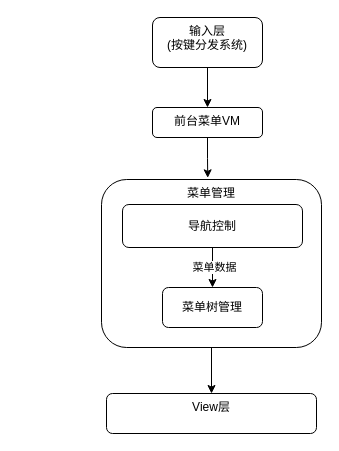
liyunhao2/technology keeps this draw.io diagram as page "新菜单" (16 of 16) of PDR.drawio. Above is the earlier version. Source tidied: cells renumbered, new cells numbered last; positions are measured from the earlier drawing's top-left corner, leaving out a move shared by most shapes. Both pictures are drawn from the tidied source at 100%, with x=0, y=0 at pixel (101, 17).
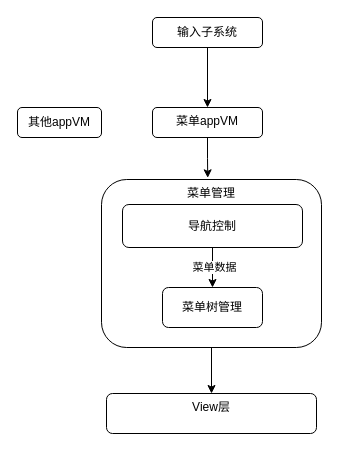
Above is the later version.

What changed in the source:
```diff
@@
 <mxGraphModel>
   <root>
     <mxCell id="0" />
     <mxCell id="1" parent="0" />
     <mxCell id="2" value="View层" style="rounded=1;whiteSpace=wrap;html=1;fontSize=12;fontStyle=0;verticalAlign=top;" parent="1" vertex="1">
       <mxGeometry x="5" y="376" width="210" height="40" as="geometry" />
     </mxCell>
     <mxCell id="3" value="菜单管理" style="rounded=1;whiteSpace=wrap;html=1;fontSize=12;verticalAlign=top;" parent="1" vertex="1">
       <mxGeometry y="162" width="220" height="168" as="geometry" />
     </mxCell>
-    <mxCell id="4" value="输入层&lt;br&gt;(按键分发系统)" style="rounded=1;whiteSpace=wrap;html=1;fontSize=12;fontStyle=0;verticalAlign=top;" parent="1" vertex="1">
-      <mxGeometry x="51" width="110" height="50" as="geometry" />
+    <mxCell id="4" value="输入子系统" style="rounded=1;whiteSpace=wrap;html=1;fontSize=12;fontStyle=0;verticalAlign=middle;" parent="1" vertex="1">
+      <mxGeometry x="51" width="110" height="30" as="geometry" />
     </mxCell>
     <mxCell id="5" value="导航控制" style="rounded=1;whiteSpace=wrap;html=1;fontSize=12;" parent="1" vertex="1">
       <mxGeometry x="21" y="187" width="180" height="43" as="geometry" />
     </mxCell>
     <mxCell id="6" value="菜单树管理" style="rounded=1;whiteSpace=wrap;html=1;fontSize=12;fontStyle=0;" parent="1" vertex="1">
       <mxGeometry x="61" y="270" width="100" height="40" as="geometry" />
     </mxCell>
-    <mxCell id="7" value="前台菜单VM" style="rounded=1;whiteSpace=wrap;html=1;fontSize=12;fontStyle=0;verticalAlign=top;" parent="1" vertex="1">
+    <mxCell id="7" value="菜单appVM" style="rounded=1;whiteSpace=wrap;html=1;fontSize=12;fontStyle=0;verticalAlign=top;" parent="1" vertex="1">
       <mxGeometry x="51" y="90" width="110" height="30" as="geometry" />
     </mxCell>
     <mxCell id="8" style="edgeStyle=orthogonalEdgeStyle;rounded=0;jettySize=auto;html=1;exitX=0.5;exitY=1;exitDx=0;exitDy=0;" parent="1" edge="1" source="4" target="7">
       <mxGeometry relative="1" as="geometry" />
     </mxCell>
     <mxCell id="9" style="edgeStyle=orthogonalEdgeStyle;rounded=0;jettySize=auto;html=1;exitX=0.5;exitY=1;exitDx=0;exitDy=0;entryX=0.483;entryY=-0.01;entryDx=0;entryDy=0;entryPerimeter=0;" parent="1" edge="1" source="7" target="3">
       <mxGeometry relative="1" as="geometry" />
     </mxCell>
     <mxCell id="10" style="edgeStyle=orthogonalEdgeStyle;rounded=0;jettySize=auto;html=1;exitX=0.5;exitY=1;exitDx=0;exitDy=0;entryX=0.5;entryY=0;entryDx=0;entryDy=0;" parent="1" edge="1" source="5" target="6">
       <mxGeometry relative="1" as="geometry" />
     </mxCell>
     <mxCell id="11" value="菜单数据" style="edgeLabel;html=1;align=center;verticalAlign=middle;" parent="10" vertex="1">
       <mxGeometry x="-0.05" y="1" relative="1" as="geometry" />
     </mxCell>
     <mxCell id="12" style="edgeStyle=orthogonalEdgeStyle;rounded=0;jettySize=auto;html=1;exitX=0.5;exitY=1;exitDx=0;exitDy=0;entryX=0.5;entryY=0;entryDx=0;entryDy=0;" parent="1" edge="1" source="3" target="2">
       <mxGeometry relative="1" as="geometry" />
     </mxCell>
+    <mxCell id="13" value="其他appVM" style="rounded=1;whiteSpace=wrap;html=1;fontSize=12;fontStyle=0;verticalAlign=middle;" parent="1" vertex="1">
+      <mxGeometry x="-84" y="90" width="84" height="30" as="geometry" />
+    </mxCell>
   </root>
 </mxGraphModel>
```
